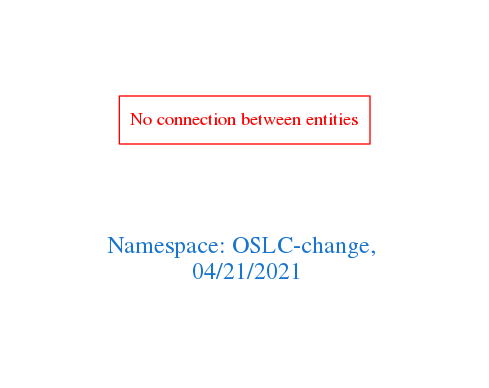
arago/OGIT keeps this Graphviz diagram as downloads/OSLC-change.png. Above is the earlier version. Its source is kept beside it as downloads/OSLC-change.dot.
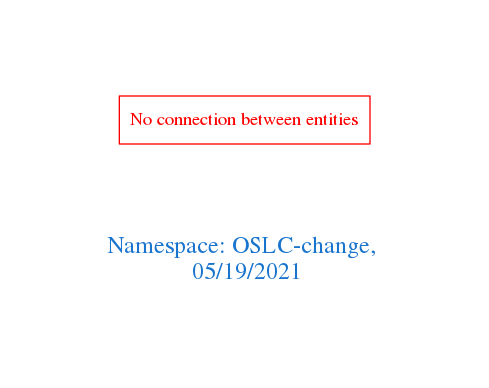
Later version of the same file.

The edit, as a diff of the source:
```diff
@@ -1,7 +1,7 @@
 digraph OGIT_ontology {
  graph [ rankdir= LR,pad=1
 fontsize = 18,
-fontcolor= dodgerblue3,label = "\n\n\nNamespace: OSLC-change, \n 04/21/2021"];
+fontcolor= dodgerblue3,label = "\n\n\nNamespace: OSLC-change, \n 05/19/2021"];
 node[shape=polygon];
 edge [  color="gray81"];
 
```
